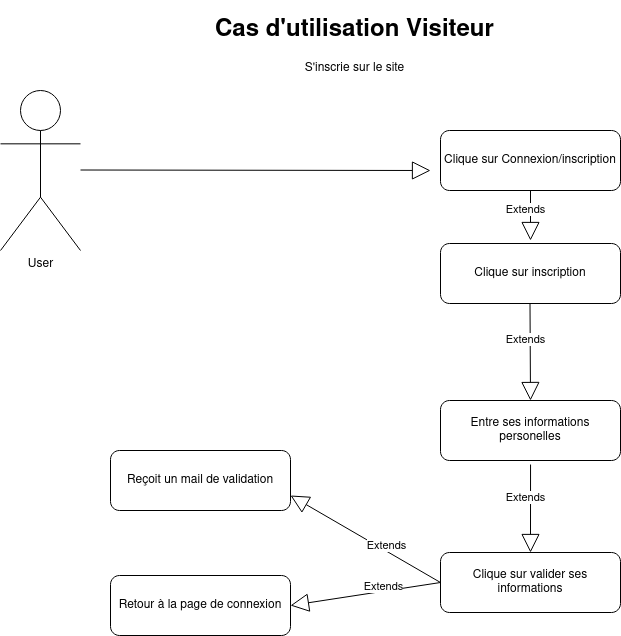
The draw.io diagram casutilisation/visiteur-inscription.png in marinejourdan/blog, before a commit. Source tidied: cells renumbered, new cells last; positions are measured from the earlier drawing's top-left corner, leaving out a move shared by most shapes.
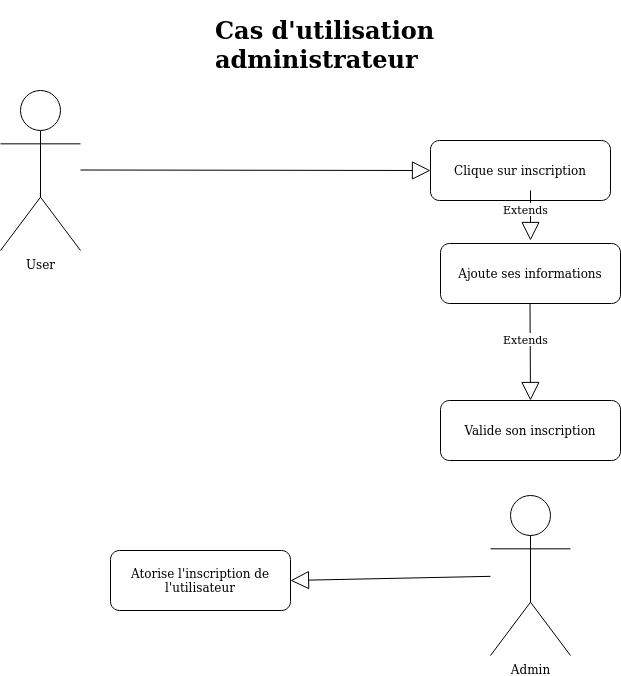
Above is the later version.

Diff of the diagram source:
```diff
@@ -5,21 +5,18 @@
     <mxCell id="2" value="User" style="shape=umlActor;verticalLabelPosition=bottom;verticalAlign=top;html=1;" parent="1" vertex="1">
       <mxGeometry y="80" width="80" height="160" as="geometry" />
     </mxCell>
-    <mxCell id="3" value="&lt;h1&gt;Cas d'utilisation Visiteur&lt;br&gt;&lt;/h1&gt;&lt;p align=&quot;center&quot;&gt;S'inscrie sur le site&lt;br&gt;&lt;/p&gt;" style="text;html=1;strokeColor=none;fillColor=none;spacing=5;spacingTop=-20;whiteSpace=wrap;overflow=hidden;rounded=0;" parent="1" vertex="1">
+    <mxCell id="3" value="&lt;h1&gt;Cas d'utilisation administrateur&lt;br&gt;&lt;/h1&gt;&lt;p align=&quot;center&quot;&gt;Suite inscription sur le site&lt;br&gt;&lt;/p&gt;" style="text;html=1;strokeColor=none;fillColor=none;spacing=5;spacingTop=-20;whiteSpace=wrap;overflow=hidden;rounded=0;" parent="1" vertex="1">
       <mxGeometry x="210" width="360" height="80" as="geometry" />
     </mxCell>
-    <mxCell id="4" value="Clique sur Connexion/inscription" style="rounded=1;whiteSpace=wrap;html=1;" parent="1" vertex="1">
-      <mxGeometry x="440" y="120" width="180" height="60" as="geometry" />
+    <mxCell id="4" value="Clique sur inscription" style="rounded=1;whiteSpace=wrap;html=1;" parent="1" vertex="1">
+      <mxGeometry x="430" y="130" width="180" height="60" as="geometry" />
     </mxCell>
-    <mxCell id="5" value="Clique sur inscription" style="rounded=1;whiteSpace=wrap;html=1;" parent="1" vertex="1">
+    <mxCell id="5" value="Ajoute ses informations" style="rounded=1;whiteSpace=wrap;html=1;" parent="1" vertex="1">
       <mxGeometry x="440" y="233" width="180" height="60" as="geometry" />
     </mxCell>
-    <mxCell id="6" value="Entre ses informations personelles" style="rounded=1;whiteSpace=wrap;html=1;" parent="1" vertex="1">
+    <mxCell id="6" value="Valide son inscription" style="rounded=1;whiteSpace=wrap;html=1;" parent="1" vertex="1">
       <mxGeometry x="440" y="390" width="180" height="60" as="geometry" />
     </mxCell>
-    <mxCell id="7" value="Clique sur valider ses informations" style="rounded=1;whiteSpace=wrap;html=1;" parent="1" vertex="1">
-      <mxGeometry x="440" y="542" width="180" height="60" as="geometry" />
-    </mxCell>
     <mxCell id="8" style="endArrow=block;endSize=16;endFill=0;html=1;rounded=0;exitX=1;exitY=0.5;exitDx=0;exitDy=0;" parent="1" edge="1">
       <mxGeometry x="-0.25" y="-5" relative="1" as="geometry">
         <mxPoint x="80" y="159.5" as="sourcePoint" />
@@ -37,22 +34,16 @@
         <mxPoint x="529.5" y="293" as="sourcePoint" />
       </mxGeometry>
     </mxCell>
-    <mxCell id="11" value="Extends" style="endArrow=block;endSize=16;endFill=0;html=1;rounded=0;exitX=0.467;exitY=1.067;exitDx=0;exitDy=0;entryX=0.5;entryY=0;entryDx=0;entryDy=0;exitPerimeter=0;" parent="1" edge="1" target="7">
-      <mxGeometry x="-0.25" y="-5" relative="1" as="geometry">
-        <mxPoint x="530.1" y="454" as="sourcePoint" />
-      </mxGeometry>
-    </mxCell>
-    <mxCell id="12" value="Extends" style="endArrow=block;endSize=16;endFill=0;html=1;rounded=0;exitX=0;exitY=0.5;exitDx=0;exitDy=0;entryX=1;entryY=0.75;entryDx=0;entryDy=0;" parent="1" edge="1" source="7" target="13">
-      <mxGeometry x="-0.25" y="-5" relative="1" as="geometry" />
-    </mxCell>
-    <mxCell id="13" value="Reçoit un mail de validation" style="rounded=1;whiteSpace=wrap;html=1;" parent="1" vertex="1">
-      <mxGeometry x="110" y="440" width="180" height="60" as="geometry" />
-    </mxCell>
-    <mxCell id="14" value="Retour à la page de connexion" style="rounded=1;whiteSpace=wrap;html=1;" parent="1" vertex="1">
-      <mxGeometry x="110" y="565" width="180" height="60" as="geometry" />
+    <mxCell id="14" value="Atorise l'inscription de l'utilisateur" style="rounded=1;whiteSpace=wrap;html=1;" parent="1" vertex="1">
+      <mxGeometry x="110" y="540" width="180" height="60" as="geometry" />
     </mxCell>
-    <mxCell id="15" value="Extends" style="endArrow=block;endSize=16;endFill=0;html=1;rounded=0;exitX=0;exitY=0.5;exitDx=0;exitDy=0;entryX=1;entryY=0.5;entryDx=0;entryDy=0;" parent="1" edge="1" source="7" target="14">
-      <mxGeometry x="-0.25" y="-5" relative="1" as="geometry" />
-    </mxCell>
+    <mxCell id="16" value="Admin" style="shape=umlActor;verticalLabelPosition=bottom;verticalAlign=top;html=1;outlineConnect=0;" parent="1" vertex="1">
+      <mxGeometry x="490" y="485" width="80" height="160" as="geometry" />
+    </mxCell>
+    <mxCell id="17" style="endArrow=block;endSize=16;endFill=0;html=1;rounded=0;" parent="1" edge="1" source="16">
+      <mxGeometry x="-0.25" y="-5" relative="1" as="geometry">
+        <mxPoint x="290" y="570" as="targetPoint" />
+      </mxGeometry>
+    </mxCell>
   </root>
 </mxGraphModel>
```
